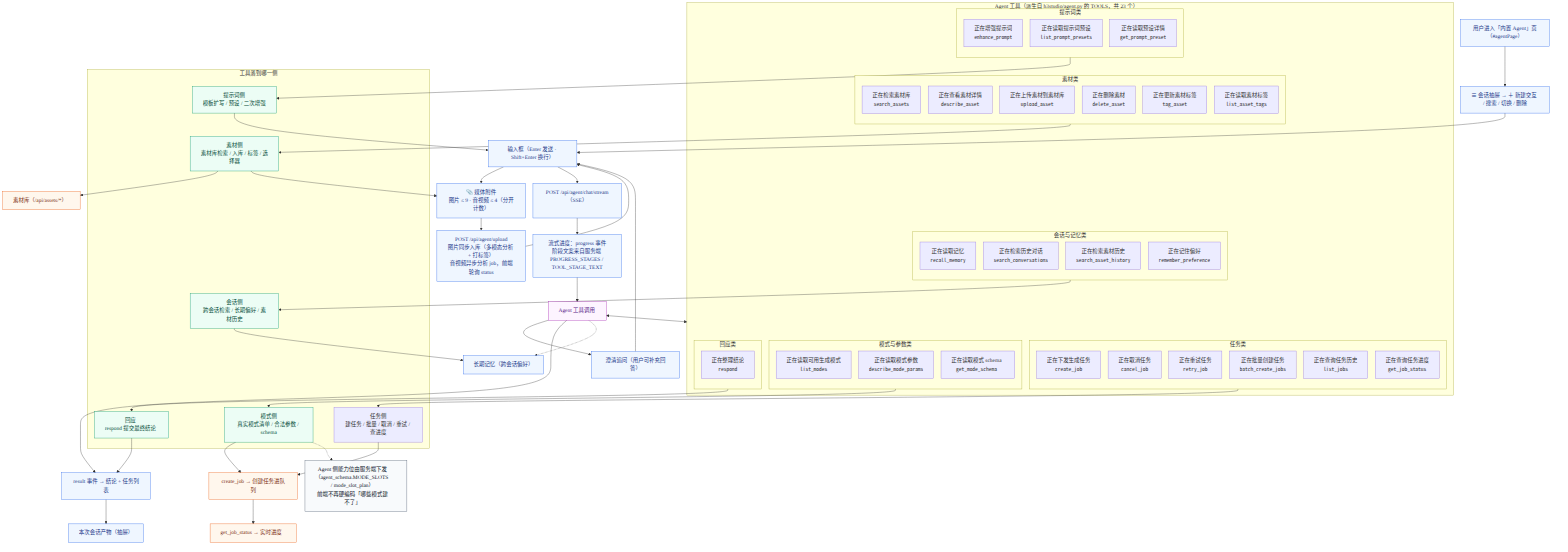
Above: docs/交互流程图-内置Agent.png in pixelaigc/ComfyUI-MiniMax-H3-Studio (Mermaid), before the change. Its source is kept beside it as docs/交互流程图-内置Agent.mmd. The source it was exported from:
```mermaid
%%{init: {"flowchart": {"curve": "basis", "nodeSpacing": 22, "rankSpacing": 36, "htmlLabels": true}, "themeVariables": {"fontFamily": "Noto Sans CJK SC, Noto Sans SC, DejaVu Sans, sans-serif"}}}%%
flowchart TB

  A_START["用户进入「内置 Agent」页（#agentPage）"]
  A_NEW["☰ 会话抽屉 → ＋ 新建交互 / 搜索 / 切换 / 删除"]
  A_INPUT["输入框（Enter 发送 · Shift+Enter 换行）"]
  A_ATT["📎 媒体附件<br/>图片 ≤ 9 · 音视频 ≤ 4（分开计数）"]
  A_UPLOAD["POST /api/agent/upload<br/>图片同步入库（多模态分析 + 打标签）<br/>音视频异步分析 job，前端轮询 status"]
  A_SEND["POST /api/agent/chat/stream（SSE）"]
  A_PROGRESS["流式进度：progress 事件<br/>阶段文案来自服务端 PROGRESS_STAGES / TOOL_STAGE_TEXT"]
  A_TOOLS["Agent 工具调用"]
  A_CLARIFY["澄清追问（用户可补充回答）"]
  A_RESULT["result 事件 → 结论 + 任务列表"]
  A_SESS_ART["本次会话产物（抽屉）"]
  A_MEMORY["长期记忆（跨会话偏好）"]

  A_START --> A_NEW --> A_INPUT
  A_INPUT --> A_ATT --> A_UPLOAD --> A_INPUT
  A_INPUT --> A_SEND
  A_SEND --> A_PROGRESS
  A_PROGRESS --> A_TOOLS
  A_TOOLS --> A_CLARIFY
  A_CLARIFY --> A_INPUT
  A_TOOLS --> A_RESULT
  A_RESULT --> A_SESS_ART
  A_TOOLS -.-> A_MEMORY

  subgraph TOOLS["Agent 工具（派生自 h3studio/agent.py 的 TOOLS，共 23 个）"]
    direction LR
    subgraph TG1["素材类"]
      direction TB
      T_search_assets["正在检索素材库<br/><code>search_assets</code>"]
      T_describe_asset["正在查看素材详情<br/><code>describe_asset</code>"]
      T_upload_asset["正在上传素材到素材库<br/><code>upload_asset</code>"]
      T_delete_asset["正在删除素材<br/><code>delete_asset</code>"]
      T_tag_asset["正在更新素材标签<br/><code>tag_asset</code>"]
      T_list_asset_tags["正在读取素材标签<br/><code>list_asset_tags</code>"]
    end
    subgraph TG2["任务类"]
      direction TB
      T_create_job["正在下发生成任务<br/><code>create_job</code>"]
      T_cancel_job["正在取消任务<br/><code>cancel_job</code>"]
      T_retry_job["正在重试任务<br/><code>retry_job</code>"]
      T_batch_create_jobs["正在批量创建任务<br/><code>batch_create_jobs</code>"]
      T_list_jobs["正在查询任务历史<br/><code>list_jobs</code>"]
      T_get_job_status["正在查询任务进度<br/><code>get_job_status</code>"]
    end
    subgraph TG3["模式与参数类"]
      direction TB
      T_list_modes["正在读取可用生成模式<br/><code>list_modes</code>"]
      T_describe_mode_params["正在读取模式参数<br/><code>describe_mode_params</code>"]
      T_get_mode_schema["正在读取模式 schema<br/><code>get_mode_schema</code>"]
    end
    subgraph TG4["提示词类"]
      direction TB
      T_enhance_prompt["正在增强提示词<br/><code>enhance_prompt</code>"]
      T_list_prompt_presets["正在读取提示词预设<br/><code>list_prompt_presets</code>"]
      T_get_prompt_preset["正在读取预设详情<br/><code>get_prompt_preset</code>"]
    end
    subgraph TG5["会话与记忆类"]
      direction TB
      T_recall_memory["正在读取记忆<br/><code>recall_memory</code>"]
      T_search_conversations["正在检索历史对话<br/><code>search_conversations</code>"]
      T_search_asset_history["正在检索素材历史<br/><code>search_asset_history</code>"]
      T_remember_preference["正在记住偏好<br/><code>remember_preference</code>"]
    end
    subgraph TG6["回应类"]
      direction TB
      T_respond["正在整理结论<br/><code>respond</code>"]
    end
  end

  A_TOOLS <--> TOOLS

  subgraph SIDE["工具落到哪一侧"]
    direction LR
    AS["素材侧<br/>素材库检索 / 入库 / 标签 / 选择器"]
    JB["任务侧<br/>建任务 / 批量 / 取消 / 重试 / 查进度"]
    MP["模式侧<br/>真实模式清单 / 合法参数 / schema"]
    PP["提示词侧<br/>模板扩写 / 预设 / 二次增强"]
    CM["会话侧<br/>跨会话检索 / 长期偏好 / 素材历史"]
    RS["回应<br/>respond 提交最终结论"]
  end

  TG1 --> AS
  TG2 --> JB
  TG3 --> MP
  TG4 --> PP
  TG5 --> CM
  TG6 --> RS

  AS --> A_GRID["素材库（/api/assets/*）"]
  JB --> J_CREATE["create_job → 创建任务进队列"]
  J_CREATE --> J_STATUS["get_job_status → 实时进度"]
  MP --> J_CREATE
  PP --> A_INPUT
  CM --> A_MEMORY
  RS --> A_RESULT
  AS --> A_ATT

  NOTE["Agent 侧能力位由服务端下发（agent_schema.MODE_SLOTS / mode_slot_plan）<br/>前端不再硬编码「哪些模式建不了」"]

  MP -.-> NOTE

  classDef ui fill:#eff6ff,stroke:#2563eb,stroke-width:1px,color:#1e3a8a;
  classDef agent fill:#fdf4ff,stroke:#a21caf,stroke-width:1px,color:#581c87;
  classDef tool fill:#f5f3ff,stroke:#7c3aed,stroke-width:1px,color:#2e1065;
  classDef side fill:#ecfdf5,stroke:#059669,stroke-width:1px,color:#064e3b;
  classDef job fill:#fff7ed,stroke:#ea580c,stroke-width:1px,color:#7c2d12;
  classDef note fill:#f8fafc,stroke:#475569,stroke-width:1px,color:#0f172a;

  class A_START,A_NEW,A_INPUT,A_ATT,A_SEND,A_PROGRESS,A_RESULT,A_SESS_ART,A_MEMORY,A_UPLOAD,A_CLARIFY ui;
  class A_TOOLS agent;
  class AS,MP,PP,CM,RS side;
  class J_CREATE,J_STATUS,A_GRID job;
  class NOTE note;
```
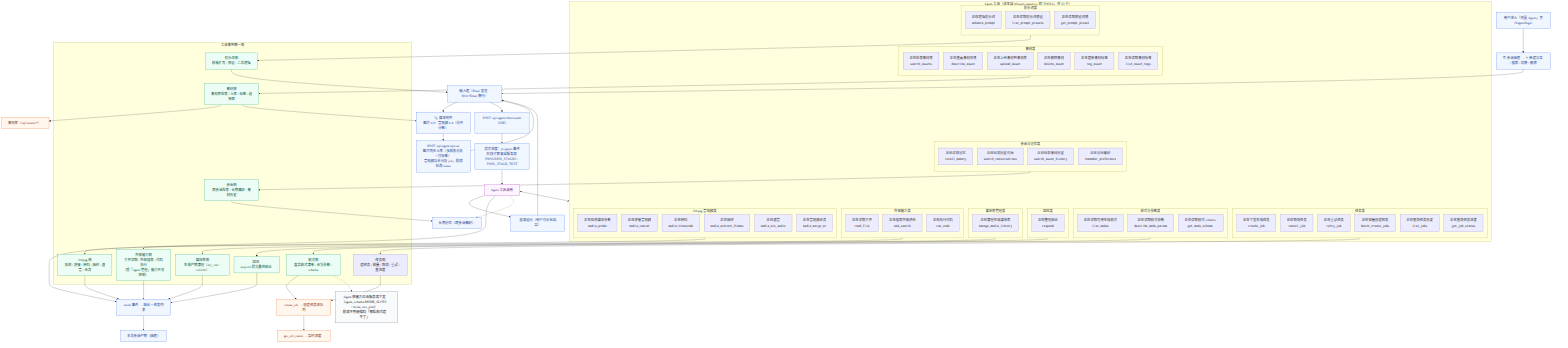
Above is the later version.

The edit, as a diff of the source:
```diff
@@ -25,7 +25,7 @@
   A_RESULT --> A_SESS_ART
   A_TOOLS -.-> A_MEMORY
 
-  subgraph TOOLS["Agent 工具（派生自 h3studio/agent.py 的 TOOLS，共 23 个）"]
+  subgraph TOOLS["Agent 工具（派生自 h3studio/agent.py 的 TOOLS，共 33 个）"]
     direction LR
     subgraph TG1["素材类"]
       direction TB
@@ -68,6 +68,25 @@
       direction TB
       T_respond["正在整理结论<br/><code>respond</code>"]
     end
+    subgraph TG7["媒体库管理类"]
+      direction TB
+      T_manage_media_library["正在清理生成媒体库<br/><code>manage_media_library</code>"]
+    end
+    subgraph TG8["外部能力类"]
+      direction TB
+      T_read_file["正在读取文件<br/><code>read_file</code>"]
+      T_web_search["正在搜索外部资料<br/><code>web_search</code>"]
+      T_run_code["正在执行代码<br/><code>run_code</code>"]
+    end
+    subgraph TG9["ffmpeg 音视频类"]
+      direction TB
+      T_media_probe["正在探测媒体参数<br/><code>media_probe</code>"]
+      T_media_concat["正在拼接音视频<br/><code>media_concat</code>"]
+      T_media_transcode["正在转码<br/><code>media_transcode</code>"]
+      T_media_extract_frames["正在抽帧<br/><code>media_extract_frames</code>"]
+      T_media_mix_audio["正在混音<br/><code>media_mix_audio</code>"]
+      T_media_merge_av["正在音视频合流<br/><code>media_merge_av</code>"]
+    end
   end
 
   A_TOOLS <--> TOOLS
@@ -80,6 +99,9 @@
     PP["提示词侧<br/>模板扩写 / 预设 / 二次增强"]
     CM["会话侧<br/>跨会话检索 / 长期偏好 / 素材历史"]
     RS["回应<br/>respond 提交最终结论"]
+    ML["媒体库侧<br/>生成产物清理（dry_run / confirm）"]
+    EX["外部能力侧<br/>文件读取 / 外部搜索 / 代码执行<br/>（受「agent 管理」能力开关控制）"]
+    FF["ffmpeg 侧<br/>探测 / 拼接 / 转码 / 抽帧 / 混音 / 合流"]
   end
 
   TG1 --> AS
@@ -88,6 +110,9 @@
   TG4 --> PP
   TG5 --> CM
   TG6 --> RS
+  TG7 --> ML
+  TG8 --> EX
+  TG9 --> FF
 
   AS --> A_GRID["素材库（/api/assets/*）"]
   JB --> J_CREATE["create_job → 创建任务进队列"]
@@ -97,6 +122,9 @@
   CM --> A_MEMORY
   RS --> A_RESULT
   AS --> A_ATT
+  ML --> A_RESULT
+  EX --> A_RESULT
+  FF --> A_RESULT
 
   NOTE["Agent 侧能力位由服务端下发（agent_schema.MODE_SLOTS / mode_slot_plan）<br/>前端不再硬编码「哪些模式建不了」"]
 
@@ -111,6 +139,6 @@
 
   class A_START,A_NEW,A_INPUT,A_ATT,A_SEND,A_PROGRESS,A_RESULT,A_SESS_ART,A_MEMORY,A_UPLOAD,A_CLARIFY ui;
   class A_TOOLS agent;
-  class AS,MP,PP,CM,RS side;
+  class AS,MP,PP,CM,RS,ML,EX,FF side;
   class J_CREATE,J_STATUS,A_GRID job;
   class NOTE note;
```
